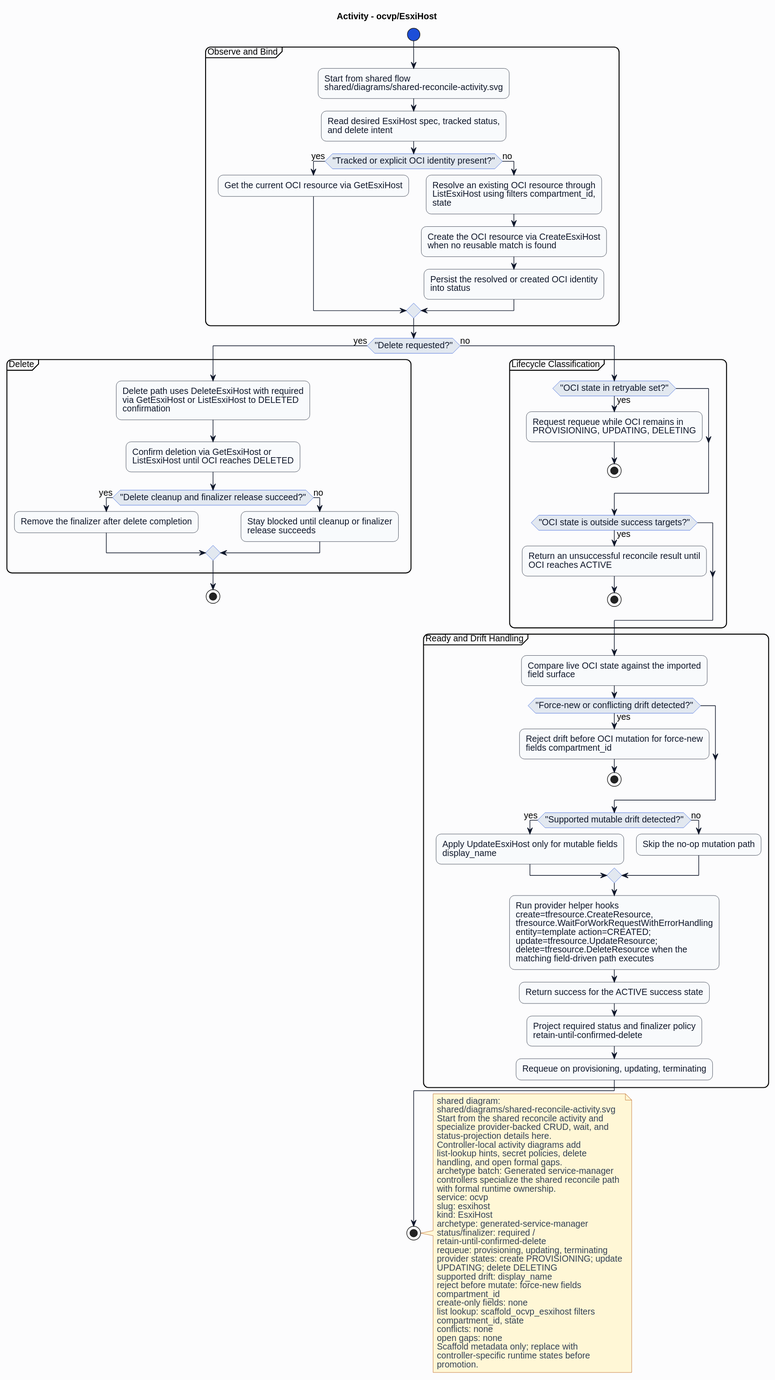
Before: formal/controllers/ocvp/esxihost/diagrams/activity.svg, a diagram exported from PlantUML (HaoyL666/oci-service-operator). Source of this version:
```plantuml
@startuml
skinparam shadowing false
skinparam backgroundColor #fcfcfd
skinparam defaultFontName Helvetica
skinparam defaultFontSize 14
skinparam arrowColor #0f172a
skinparam noteBackgroundColor #fff7d6
skinparam noteBorderColor #b45309
skinparam noteFontColor #334155
skinparam roundcorner 16
title Activity - ocvp/EsxiHost
skinparam activity {
  backgroundColor #f8fafc
  borderColor #0f172a
  fontColor #0f172a
  diamondBackgroundColor #e2e8f0
  diamondBorderColor #1d4ed8
  diamondFontColor #0f172a
  startColor #1d4ed8
  endColor #0f172a
  barColor #1d4ed8
}
start
partition "Observe and Bind" {
:Start from shared flow\nshared/diagrams/shared-reconcile-activity.svg;
:Read desired EsxiHost spec, tracked status,\nand delete intent;
if ("Tracked or explicit OCI identity present?") then (yes)
:Get the current OCI resource via GetEsxiHost;
else (no)
:Resolve an existing OCI resource through\nListEsxiHost using filters compartment_id,\nstate;
:Create the OCI resource via CreateEsxiHost\nwhen no reusable match is found;
:Persist the resolved or created OCI identity\ninto status;
endif
}
if ("Delete requested?") then (yes)
partition "Delete" {
:Delete path uses DeleteEsxiHost with required\nvia GetEsxiHost or ListEsxiHost to DELETED\nconfirmation;
:Confirm deletion via GetEsxiHost or\nListEsxiHost until OCI reaches DELETED;
if ("Delete cleanup and finalizer release succeed?") then (yes)
:Remove the finalizer after delete completion;
else (no)
:Stay blocked until cleanup or finalizer\nrelease succeeds;
endif
}
stop
else (no)
partition "Lifecycle Classification" {
if ("OCI state in retryable set?") then (yes)
:Request requeue while OCI remains in\nPROVISIONING, UPDATING, DELETING;
stop
endif
if ("OCI state is outside success targets?") then (yes)
:Return an unsuccessful reconcile result until\nOCI reaches ACTIVE;
stop
endif
}
partition "Ready and Drift Handling" {
:Compare live OCI state against the imported\nfield surface;
if ("Force-new or conflicting drift detected?") then (yes)
:Reject drift before OCI mutation for force-new\nfields compartment_id;
stop
endif
if ("Supported mutable drift detected?") then (yes)
:Apply UpdateEsxiHost only for mutable fields\ndisplay_name;
else (no)
:Skip the no-op mutation path;
endif
:Run provider helper hooks\ncreate=tfresource.CreateResource,\ntfresource.WaitForWorkRequestWithErrorHandling\nentity=template action=CREATED;\nupdate=tfresource.UpdateResource;\ndelete=tfresource.DeleteResource when the\nmatching field-driven path executes;
:Return success for the ACTIVE success state;
:Project required status and finalizer policy\nretain-until-confirmed-delete;
:Requeue on provisioning, updating, terminating;
}
endif
stop
note right
shared diagram:
shared/diagrams/shared-reconcile-activity.svg
Start from the shared reconcile activity and
specialize provider-backed CRUD, wait, and
status-projection details here.
Controller-local activity diagrams add
list-lookup hints, secret policies, delete
handling, and open formal gaps.
archetype batch: Generated service-manager
controllers specialize the shared reconcile path
with formal runtime ownership.
service: ocvp
slug: esxihost
kind: EsxiHost
archetype: generated-service-manager
status/finalizer: required /
retain-until-confirmed-delete
requeue: provisioning, updating, terminating
provider states: create PROVISIONING; update
UPDATING; delete DELETING
supported drift: display_name
reject before mutate: force-new fields
compartment_id
create-only fields: none
list lookup: scaffold_ocvp_esxihost filters
compartment_id, state
conflicts: none
open gaps: none
Scaffold metadata only; replace with
controller-specific runtime states before
promotion.
end note
@enduml
```
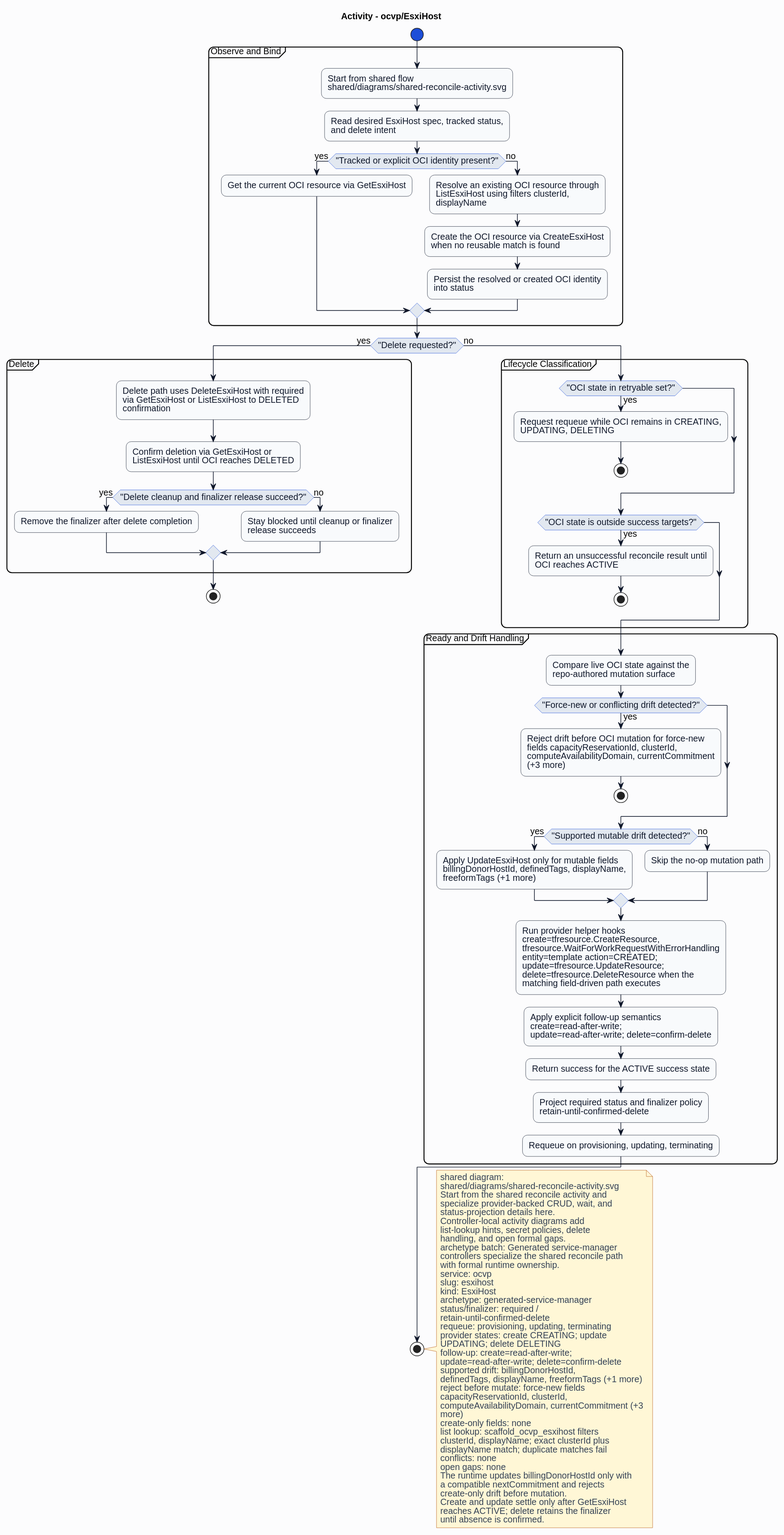
After the change.

The edit, as a diff of the source:
```diff
@@ -27,7 +27,7 @@
 if ("Tracked or explicit OCI identity present?") then (yes)
 :Get the current OCI resource via GetEsxiHost;
 else (no)
-:Resolve an existing OCI resource through\nListEsxiHost using filters compartment_id,\nstate;
+:Resolve an existing OCI resource through\nListEsxiHost using filters clusterId,\ndisplayName;
 :Create the OCI resource via CreateEsxiHost\nwhen no reusable match is found;
 :Persist the resolved or created OCI identity\ninto status;
 endif
@@ -46,7 +46,7 @@
 else (no)
 partition "Lifecycle Classification" {
 if ("OCI state in retryable set?") then (yes)
-:Request requeue while OCI remains in\nPROVISIONING, UPDATING, DELETING;
+:Request requeue while OCI remains in CREATING,\nUPDATING, DELETING;
 stop
 endif
 if ("OCI state is outside success targets?") then (yes)
@@ -55,17 +55,18 @@
 endif
 }
 partition "Ready and Drift Handling" {
-:Compare live OCI state against the imported\nfield surface;
+:Compare live OCI state against the\nrepo-authored mutation surface;
 if ("Force-new or conflicting drift detected?") then (yes)
-:Reject drift before OCI mutation for force-new\nfields compartment_id;
+:Reject drift before OCI mutation for force-new\nfields capacityReservationId, clusterId,\ncomputeAvailabilityDomain, currentCommitment\n(+3 more);
 stop
 endif
 if ("Supported mutable drift detected?") then (yes)
-:Apply UpdateEsxiHost only for mutable fields\ndisplay_name;
+:Apply UpdateEsxiHost only for mutable fields\nbillingDonorHostId, definedTags, displayName,\nfreeformTags (+1 more);
 else (no)
 :Skip the no-op mutation path;
 endif
 :Run provider helper hooks\ncreate=tfresource.CreateResource,\ntfresource.WaitForWorkRequestWithErrorHandling\nentity=template action=CREATED;\nupdate=tfresource.UpdateResource;\ndelete=tfresource.DeleteResource when the\nmatching field-driven path executes;
+:Apply explicit follow-up semantics\ncreate=read-after-write;\nupdate=read-after-write; delete=confirm-delete;
 :Return success for the ACTIVE success state;
 :Project required status and finalizer policy\nretain-until-confirmed-delete;
 :Requeue on provisioning, updating, terminating;
@@ -91,18 +92,27 @@
 status/finalizer: required /
 retain-until-confirmed-delete
 requeue: provisioning, updating, terminating
-provider states: create PROVISIONING; update
+provider states: create CREATING; update
 UPDATING; delete DELETING
-supported drift: display_name
+follow-up: create=read-after-write;
+update=read-after-write; delete=confirm-delete
+supported drift: billingDonorHostId,
+definedTags, displayName, freeformTags (+1 more)
 reject before mutate: force-new fields
-compartment_id
+capacityReservationId, clusterId,
+computeAvailabilityDomain, currentCommitment (+3
+more)
 create-only fields: none
 list lookup: scaffold_ocvp_esxihost filters
-compartment_id, state
+clusterId, displayName; exact clusterId plus
+displayName match; duplicate matches fail
 conflicts: none
 open gaps: none
-Scaffold metadata only; replace with
-controller-specific runtime states before
-promotion.
+The runtime updates billingDonorHostId only with
+a compatible nextCommitment and rejects
+create-only drift before mutation.
+Create and update settle only after GetEsxiHost
+reaches ACTIVE; delete retains the finalizer
+until absence is confirmed.
 end note
 @enduml
```
